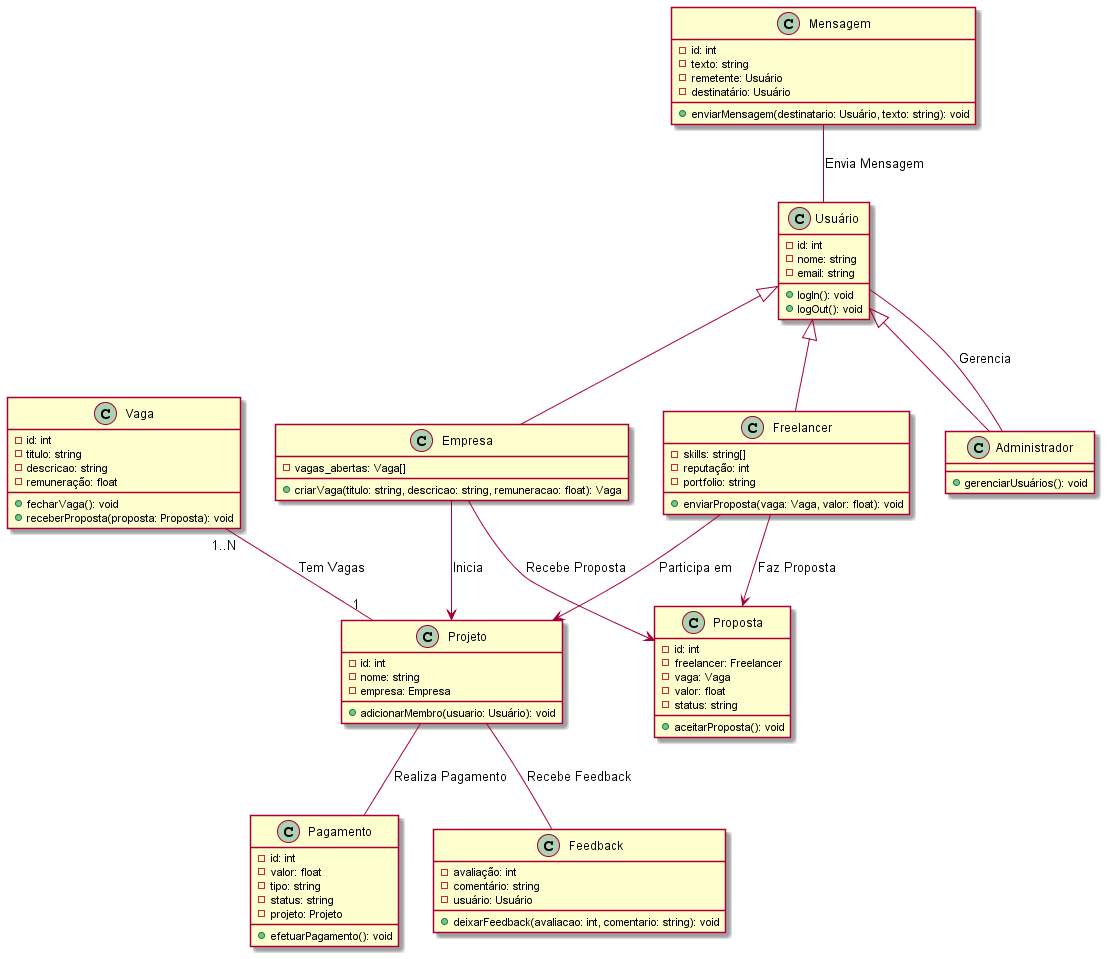
The PlantUML diagram out/docs/modelo_conceitual/modelo_conceitual.png in LucasNeiva/Eng-Software-II, before a commit.
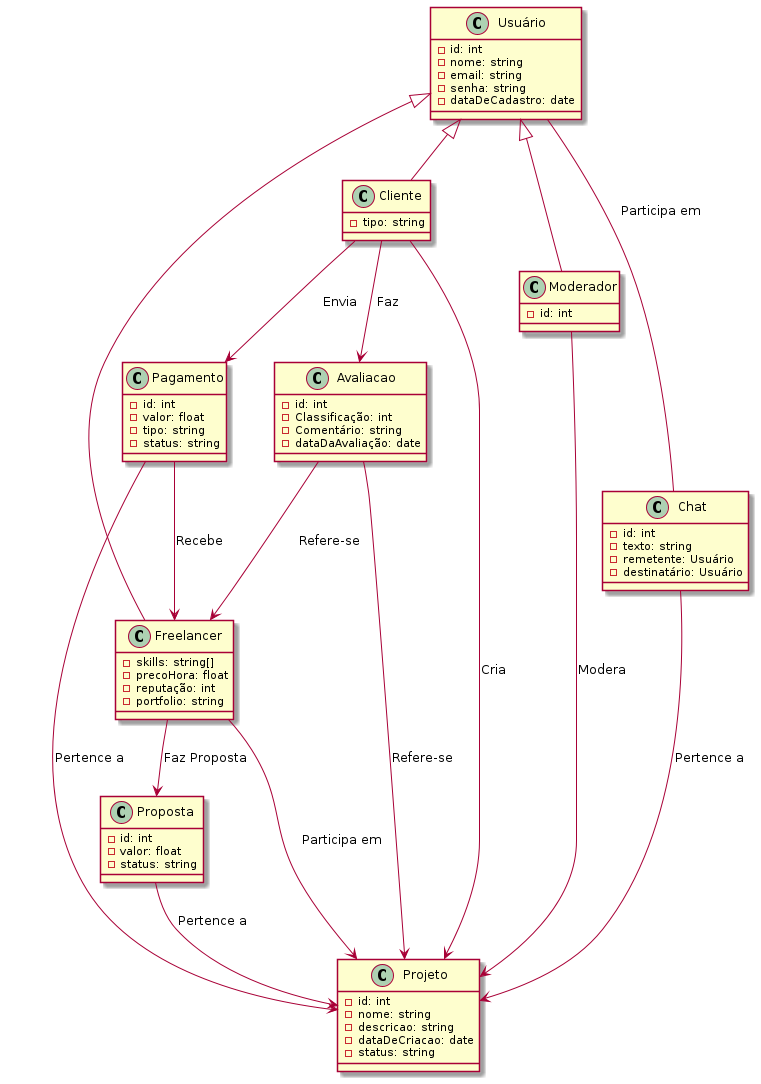
The same file after the commit.

Commit message:
export diagrama conceitual

Diff of the diagram source:
```diff
@@ -4,49 +4,37 @@
   - id: int
   - nome: string
   - email: string
-  + logIn(): void
-  + logOut(): void
+  - senha: string
+  - dataDeCadastro: date
 }
 
 class Freelancer {
   - skills: string[]
+  - precoHora: float
   - reputação: int
   - portfolio: string
-  + enviarProposta(vaga: Vaga, valor: float): void
 }
 
-class Empresa {
-  - vagas_abertas: Vaga[]
-  + criarVaga(titulo: string, descricao: string, remuneracao: float): Vaga
+class Cliente {
+  - tipo: string
 }
 
-class Administrador {
-  + gerenciarUsuários(): void
-}
-
-class Vaga {
+class Moderador {
   - id: int
-  - titulo: string
-  - descricao: string
-  - remuneração: float
-  + fecharVaga(): void
-  + receberProposta(proposta: Proposta): void
 }
 
 class Proposta {
   - id: int
-  - freelancer: Freelancer
-  - vaga: Vaga
   - valor: float
   - status: string
-  + aceitarProposta(): void
 }
 
 class Projeto {
   - id: int
   - nome: string
-  - empresa: Empresa
-  + adicionarMembro(usuario: Usuário): void
+  - descricao: string
+  - dataDeCriacao: date
+  - status: string
 }
 
 class Pagamento {
@@ -54,38 +42,39 @@
   - valor: float
   - tipo: string
   - status: string
-  - projeto: Projeto
-  + efetuarPagamento(): void
 }
 
-class Mensagem {
+class Chat {
   - id: int
   - texto: string
   - remetente: Usuário
   - destinatário: Usuário
-  + enviarMensagem(destinatario: Usuário, texto: string): void
 }
 
-class Feedback {
-  - avaliação: int
-  - comentário: string
-  - usuário: Usuário
-  + deixarFeedback(avaliacao: int, comentario: string): void
+class Avaliacao {
+    - id: int
+    - Classificação: int
+    - Comentário: string
+    - dataDaAvaliação: date
 }
 
-Usuário <|-- Administrador
-Usuário <|-- Empresa
+Usuário <|-- Moderador
+Usuário <|-- Cliente
 Usuário <|-- Freelancer
 
+Avaliacao --> Freelancer: Refere-se
+Avaliacao --> Projeto: Refere-se
 
+Cliente --> Avaliacao: Faz
+Proposta --> Projeto: Pertence a
 Freelancer --> Proposta: Faz Proposta
-Empresa --> Proposta: Recebe Proposta
 Freelancer --> Projeto: Participa em
-Empresa --> Projeto: Inicia
-Administrador -- Usuário: Gerencia
-Projeto -- Pagamento: Realiza Pagamento
-Projeto -- Feedback: Recebe Feedback
-Mensagem -- Usuário: Envia Mensagem
-Vaga "1..N" -- "1" Projeto: Tem Vagas
+Cliente --> Projeto: Cria
+Chat --> Projeto: Pertence a
+Moderador --> Projeto: Modera
+Pagamento --> Projeto: Pertence a
+Cliente --> Pagamento: Envia
+Pagamento --> Freelancer: Recebe
 
+Usuário -- Chat: Participa em
 @enduml
```
